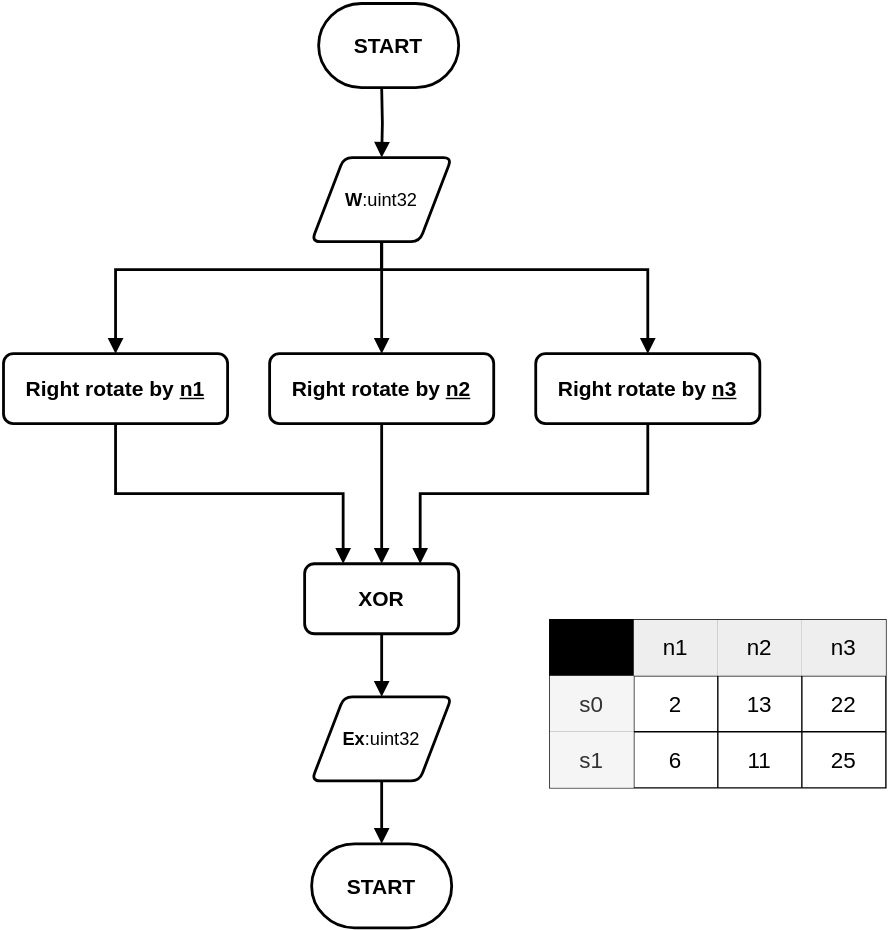
The draw.io diagram Doc/img/E0_and_E1.svg in sima997/BitcoinMiner, before a commit. Source tidied: cells renumbered, new cells last; positions are measured from the earlier drawing's top-left corner, leaving out a move shared by most shapes. The source it was exported from:
```xml
<mxGraphModel>
  <root>
    <mxCell id="0" />
    <mxCell id="1" parent="0" />
    <mxCell id="2" style="edgeStyle=orthogonalEdgeStyle;rounded=0;jettySize=auto;html=1;strokeWidth=2;endArrow=block;endFill=1;" parent="1" edge="1" target="6">
      <mxGeometry relative="1" as="geometry">
        <mxPoint x="270" y="60" as="sourcePoint" />
      </mxGeometry>
    </mxCell>
    <mxCell id="3" style="edgeStyle=orthogonalEdgeStyle;rounded=0;jettySize=auto;html=1;endArrow=block;endFill=1;strokeWidth=2;" parent="1" edge="1" source="6" target="10">
      <mxGeometry relative="1" as="geometry" />
    </mxCell>
    <mxCell id="4" style="edgeStyle=orthogonalEdgeStyle;rounded=0;jettySize=auto;html=1;endArrow=block;endFill=1;strokeWidth=2;" parent="1" edge="1" source="6" target="8">
      <mxGeometry relative="1" as="geometry">
        <Array as="points">
          <mxPoint x="270" y="190" />
          <mxPoint x="80" y="190" />
        </Array>
      </mxGeometry>
    </mxCell>
    <mxCell id="5" style="edgeStyle=orthogonalEdgeStyle;rounded=0;jettySize=auto;html=1;strokeWidth=2;endArrow=block;endFill=1;" parent="1" edge="1" source="6" target="12">
      <mxGeometry relative="1" as="geometry">
        <Array as="points">
          <mxPoint x="270" y="190" />
          <mxPoint x="460" y="190" />
        </Array>
      </mxGeometry>
    </mxCell>
    <mxCell id="6" value="&lt;font size=&quot;1&quot;&gt;&lt;b style=&quot;font-size: 13px;&quot;&gt;W&lt;/b&gt;&lt;span style=&quot;font-size: 13px;&quot;&gt;:uint32&lt;/span&gt;&lt;/font&gt;" style="shape=parallelogram;html=1;strokeWidth=2;perimeter=parallelogramPerimeter;whiteSpace=wrap;rounded=1;arcSize=12;size=0.23;" parent="1" vertex="1">
      <mxGeometry x="220" y="110" width="100" height="60" as="geometry" />
    </mxCell>
    <mxCell id="7" style="edgeStyle=orthogonalEdgeStyle;rounded=0;jettySize=auto;html=1;entryX=0.25;entryY=0;entryDx=0;entryDy=0;strokeWidth=2;endArrow=block;endFill=1;" parent="1" edge="1" source="8" target="14">
      <mxGeometry relative="1" as="geometry">
        <Array as="points">
          <mxPoint x="80" y="350" />
          <mxPoint x="243" y="350" />
        </Array>
      </mxGeometry>
    </mxCell>
    <mxCell id="8" value="&lt;font style=&quot;font-size: 15px;&quot;&gt;&lt;b&gt;Right rotate by &lt;u&gt;n1&lt;/u&gt;&lt;/b&gt;&lt;/font&gt;" style="rounded=1;whiteSpace=wrap;html=1;absoluteArcSize=1;arcSize=14;strokeWidth=2;" parent="1" vertex="1">
      <mxGeometry y="250" width="160" height="50" as="geometry" />
    </mxCell>
    <mxCell id="9" style="edgeStyle=orthogonalEdgeStyle;rounded=0;jettySize=auto;html=1;strokeWidth=2;endArrow=block;endFill=1;" parent="1" edge="1" source="10" target="14">
      <mxGeometry relative="1" as="geometry" />
    </mxCell>
    <mxCell id="10" value="&lt;font style=&quot;font-size: 15px;&quot;&gt;&lt;b&gt;Right rotate by &lt;u&gt;n2&lt;/u&gt;&lt;/b&gt;&lt;/font&gt;&lt;span style=&quot;color: rgba(0, 0, 0, 0); font-family: monospace; font-size: 0px; text-align: start; text-wrap: nowrap;&quot;&gt;%3CmxGraphModel%3E%3Croot%3E%3CmxCell%20id%3D%220%22%2F%3E%3CmxCell%20id%3D%221%22%20parent%3D%220%22%2F%3E%3CmxCell%20id%3D%222%22%20value%3D%22%26lt%3Bfont%20style%3D%26quot%3Bfont-size%3A%2015px%3B%26quot%3B%26gt%3B%26lt%3Bb%26gt%3BRight%20rotate%20by%207%26lt%3B%2Fb%26gt%3B%26lt%3B%2Ffont%26gt%3B%22%20style%3D%22rounded%3D1%3BwhiteSpace%3Dwrap%3Bhtml%3D1%3BabsoluteArcSize%3D1%3BarcSize%3D14%3BstrokeWidth%3D2%3B%22%20vertex%3D%221%22%20parent%3D%221%22%3E%3CmxGeometry%20x%3D%22100%22%20y%3D%22340%22%20width%3D%22160%22%20height%3D%2250%22%20as%3D%22geometry%22%2F%3E%3C%2FmxCell%3E%3C%2Froot%3E%3C%2FmxGraphModel%3E&lt;/span&gt;" style="rounded=1;whiteSpace=wrap;html=1;absoluteArcSize=1;arcSize=14;strokeWidth=2;" parent="1" vertex="1">
      <mxGeometry x="190" y="250" width="160" height="50" as="geometry" />
    </mxCell>
    <mxCell id="11" style="edgeStyle=orthogonalEdgeStyle;rounded=0;jettySize=auto;html=1;entryX=0.75;entryY=0;entryDx=0;entryDy=0;strokeWidth=2;endArrow=block;endFill=1;" parent="1" edge="1" source="12" target="14">
      <mxGeometry relative="1" as="geometry">
        <Array as="points">
          <mxPoint x="460" y="350" />
          <mxPoint x="298" y="350" />
        </Array>
      </mxGeometry>
    </mxCell>
    <mxCell id="12" value="&lt;font style=&quot;font-size: 15px;&quot;&gt;&lt;b&gt;Right rotate by &lt;u&gt;n3&lt;/u&gt;&lt;/b&gt;&lt;/font&gt;&lt;span style=&quot;color: rgba(0, 0, 0, 0); font-family: monospace; font-size: 0px; text-align: start; text-wrap: nowrap;&quot;&gt;%3CmxGraphModel%3E%3Croot%3E%3CmxCell%20id%3D%220%22%2F%3E%3CmxCell%20id%3D%221%22%20parent%3D%220%22%2F%3E%3CmxCell%20id%3D%222%22%20value%3D%22%26lt%3Bfont%20style%3D%26quot%3Bfont-size%3A%2015px%3B%26quot%3B%26gt%3B%26lt%3Bb%26gt%3BRight%20rotate%20by%207%26lt%3B%2Fb%26gt%3B%26lt%3B%2Ffont%26gt%3B%22%20style%3D%22rounded%3D1%3BwhiteSpace%3Dwrap%3Bhtml%3D1%3BabsoluteArcSize%3D1%3BarcSize%3D14%3BstrokeWidth%3D2%3B%22%20vertex%3D%221%22%20parent%3D%221%22%3E%3CmxGeometry%20x%3D%22100%22%20y%3D%22340%22%20width%3D%22160%22%20height%3D%2250%22%20as%3D%22geometry%22%2F%3E%3C%2FmxCell%3E%3C%2Froot%3E%3C%2FmxGraphModel%3E&lt;/span&gt;" style="rounded=1;whiteSpace=wrap;html=1;absoluteArcSize=1;arcSize=14;strokeWidth=2;" parent="1" vertex="1">
      <mxGeometry x="380" y="250" width="160" height="50" as="geometry" />
    </mxCell>
    <mxCell id="13" style="edgeStyle=orthogonalEdgeStyle;rounded=0;jettySize=auto;html=1;strokeWidth=2;endArrow=block;endFill=1;" parent="1" edge="1" source="14" target="16">
      <mxGeometry relative="1" as="geometry" />
    </mxCell>
    <mxCell id="14" value="&lt;span style=&quot;font-size: 15px;&quot;&gt;&lt;b&gt;XOR&lt;/b&gt;&lt;/span&gt;" style="rounded=1;whiteSpace=wrap;html=1;absoluteArcSize=1;arcSize=14;strokeWidth=2;" parent="1" vertex="1">
      <mxGeometry x="215" y="400" width="110" height="50" as="geometry" />
    </mxCell>
    <mxCell id="15" style="edgeStyle=orthogonalEdgeStyle;rounded=0;jettySize=auto;html=1;strokeWidth=2;endArrow=block;endFill=1;" parent="1" edge="1" source="16" target="18">
      <mxGeometry relative="1" as="geometry" />
    </mxCell>
    <mxCell id="16" value="&lt;font size=&quot;1&quot;&gt;&lt;span style=&quot;font-size: 13px;&quot;&gt;&lt;b&gt;Ex&lt;/b&gt;:uint32&lt;/span&gt;&lt;/font&gt;" style="shape=parallelogram;html=1;strokeWidth=2;perimeter=parallelogramPerimeter;whiteSpace=wrap;rounded=1;arcSize=12;size=0.23;" parent="1" vertex="1">
      <mxGeometry x="220" y="495" width="100" height="60" as="geometry" />
    </mxCell>
    <mxCell id="17" value="&lt;font style=&quot;font-size: 15px;&quot;&gt;&lt;b&gt;START&lt;/b&gt;&lt;/font&gt;" style="strokeWidth=2;html=1;shape=mxgraph.flowchart.terminator;whiteSpace=wrap;" parent="1" vertex="1">
      <mxGeometry x="225" width="100" height="60" as="geometry" />
    </mxCell>
    <mxCell id="18" value="&lt;font style=&quot;font-size: 15px;&quot;&gt;&lt;b&gt;START&lt;/b&gt;&lt;/font&gt;" style="strokeWidth=2;html=1;shape=mxgraph.flowchart.terminator;whiteSpace=wrap;" parent="1" vertex="1">
      <mxGeometry x="220" y="600" width="100" height="60" as="geometry" />
    </mxCell>
    <mxCell id="19" style="shape=partialRectangle;html=1;whiteSpace=wrap;strokeColor=inherit;overflow=hidden;fillColor=none;top=0;left=0;bottom=0;right=0;fontSize=16;" parent="1" vertex="1">
      <mxGeometry x="400" y="555" width="60" height="40" as="geometry" />
    </mxCell>
    <mxCell id="20" style="shape=partialRectangle;html=1;whiteSpace=wrap;strokeColor=inherit;overflow=hidden;fillColor=none;top=0;left=0;bottom=0;right=0;fontSize=16;" parent="1" vertex="1">
      <mxGeometry x="460" y="555" width="60" height="40" as="geometry" />
    </mxCell>
    <mxCell id="21" style="shape=partialRectangle;html=1;whiteSpace=wrap;strokeColor=inherit;overflow=hidden;fillColor=none;top=0;left=0;bottom=0;right=0;fontSize=16;" parent="1" vertex="1">
      <mxGeometry x="520" y="555" width="60" height="40" as="geometry" />
    </mxCell>
    <mxCell id="22" style="shape=table;startSize=0;fontSize=16;" parent="1" vertex="1">
      <mxGeometry x="390" y="440" width="240" height="120" as="geometry" />
    </mxCell>
    <mxCell id="23" style="shape=tableRow;horizontal=0;startSize=0;swimlaneHead=0;swimlaneBody=0;strokeColor=inherit;top=0;left=0;bottom=0;right=0;fillColor=none;fontSize=16;" parent="22" vertex="1">
      <mxGeometry width="240" height="40" as="geometry" />
    </mxCell>
    <mxCell id="24" style="shape=partialRectangle;html=1;whiteSpace=wrap;strokeColor=inherit;overflow=hidden;fillColor=#000000;top=0;left=0;bottom=0;right=0;fontSize=16;" parent="23" vertex="1">
      <mxGeometry width="60" height="40" as="geometry" />
    </mxCell>
    <mxCell id="25" value="n1" style="shape=partialRectangle;html=1;whiteSpace=wrap;strokeColor=#36393d;overflow=hidden;fillColor=#eeeeee;top=0;left=0;bottom=0;right=0;fontSize=16;" parent="23" vertex="1">
      <mxGeometry x="60" width="60" height="40" as="geometry" />
    </mxCell>
    <mxCell id="26" value="n2" style="shape=partialRectangle;html=1;whiteSpace=wrap;strokeColor=#36393d;overflow=hidden;fillColor=#eeeeee;top=0;left=0;bottom=0;right=0;fontSize=16;" parent="23" vertex="1">
      <mxGeometry x="120" width="60" height="40" as="geometry" />
    </mxCell>
    <mxCell id="27" value="n3" style="shape=partialRectangle;html=1;whiteSpace=wrap;strokeColor=#36393d;overflow=hidden;fillColor=#eeeeee;top=0;left=0;bottom=0;right=0;fontSize=16;" parent="23" vertex="1">
      <mxGeometry x="180" width="60" height="40" as="geometry" />
    </mxCell>
    <mxCell id="28" style="shape=tableRow;horizontal=0;startSize=0;swimlaneHead=0;swimlaneBody=0;strokeColor=inherit;top=0;left=0;bottom=0;right=0;fillColor=none;fontSize=16;" parent="22" vertex="1">
      <mxGeometry y="40" width="240" height="40" as="geometry" />
    </mxCell>
    <mxCell id="29" value="s0" style="shape=partialRectangle;html=1;whiteSpace=wrap;strokeColor=#666666;overflow=hidden;fillColor=#f5f5f5;top=0;left=0;bottom=0;right=0;fontSize=16;fontColor=#333333;" parent="28" vertex="1">
      <mxGeometry width="60" height="40" as="geometry" />
    </mxCell>
    <mxCell id="30" value="2" style="shape=partialRectangle;html=1;whiteSpace=wrap;strokeColor=inherit;overflow=hidden;fillColor=none;top=0;left=0;bottom=0;right=0;fontSize=16;" parent="28" vertex="1">
      <mxGeometry x="60" width="60" height="40" as="geometry" />
    </mxCell>
    <mxCell id="31" value="13" style="shape=partialRectangle;html=1;whiteSpace=wrap;strokeColor=inherit;overflow=hidden;fillColor=none;top=0;left=0;bottom=0;right=0;fontSize=16;" parent="28" vertex="1">
      <mxGeometry x="120" width="60" height="40" as="geometry" />
    </mxCell>
    <mxCell id="32" value="22" style="shape=partialRectangle;html=1;whiteSpace=wrap;strokeColor=inherit;overflow=hidden;fillColor=none;top=0;left=0;bottom=0;right=0;fontSize=16;" parent="28" vertex="1">
      <mxGeometry x="180" width="60" height="40" as="geometry" />
    </mxCell>
    <mxCell id="33" style="shape=tableRow;horizontal=0;startSize=0;swimlaneHead=0;swimlaneBody=0;strokeColor=inherit;top=0;left=0;bottom=0;right=0;fillColor=none;fontSize=16;" parent="22" vertex="1">
      <mxGeometry y="80" width="240" height="40" as="geometry" />
    </mxCell>
    <mxCell id="34" value="s1" style="shape=partialRectangle;html=1;whiteSpace=wrap;strokeColor=#666666;overflow=hidden;fillColor=#f5f5f5;top=0;left=0;bottom=0;right=0;fontSize=16;fontColor=#333333;" parent="33" vertex="1">
      <mxGeometry width="60" height="40" as="geometry" />
    </mxCell>
    <mxCell id="35" value="6" style="shape=partialRectangle;html=1;whiteSpace=wrap;strokeColor=inherit;overflow=hidden;fillColor=none;top=0;left=0;bottom=0;right=0;fontSize=16;" parent="33" vertex="1">
      <mxGeometry x="60" width="60" height="40" as="geometry" />
    </mxCell>
    <mxCell id="36" value="11" style="shape=partialRectangle;html=1;whiteSpace=wrap;strokeColor=inherit;overflow=hidden;fillColor=none;top=0;left=0;bottom=0;right=0;fontSize=16;" parent="33" vertex="1">
      <mxGeometry x="120" width="60" height="40" as="geometry" />
    </mxCell>
    <mxCell id="37" value="25" style="shape=partialRectangle;html=1;whiteSpace=wrap;strokeColor=inherit;overflow=hidden;fillColor=none;top=0;left=0;bottom=0;right=0;fontSize=16;" parent="33" vertex="1">
      <mxGeometry x="180" width="60" height="40" as="geometry" />
    </mxCell>
  </root>
</mxGraphModel>
```
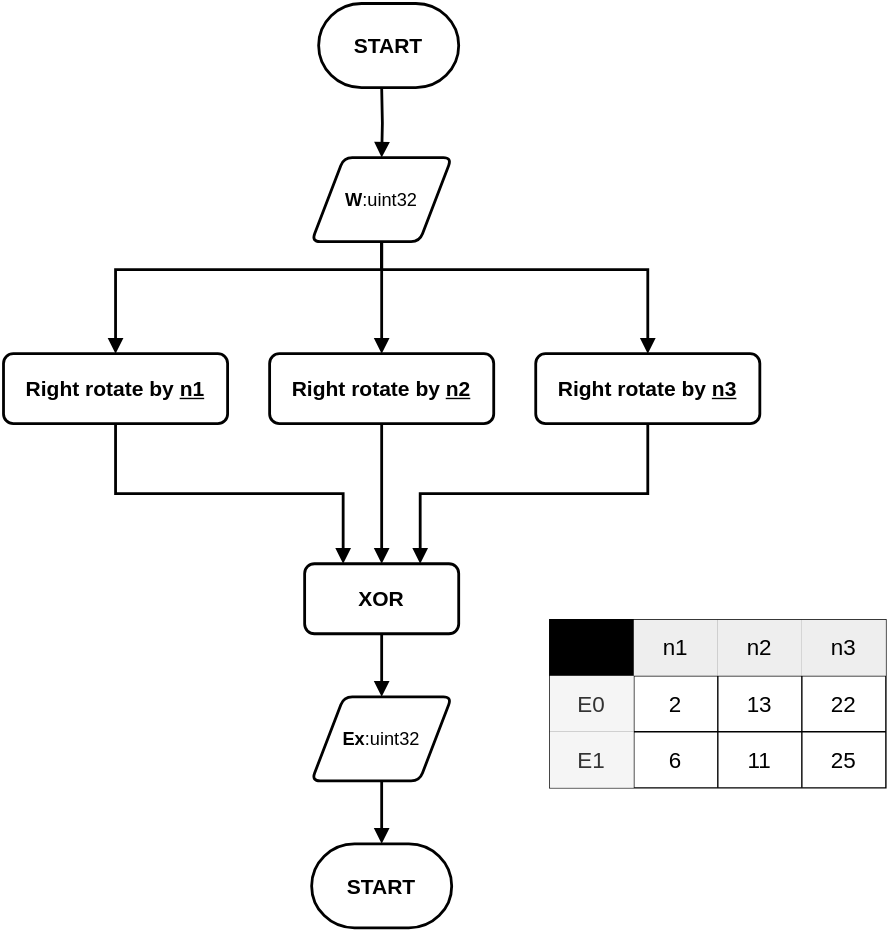
After the change.

Commit message:
Edit E0,E1 function diagrams

Diff of the diagram source:
```diff
@@ -105,7 +105,7 @@
     <mxCell id="28" style="shape=tableRow;horizontal=0;startSize=0;swimlaneHead=0;swimlaneBody=0;strokeColor=inherit;top=0;left=0;bottom=0;right=0;fillColor=none;fontSize=16;" parent="22" vertex="1">
       <mxGeometry y="40" width="240" height="40" as="geometry" />
     </mxCell>
-    <mxCell id="29" value="s0" style="shape=partialRectangle;html=1;whiteSpace=wrap;strokeColor=#666666;overflow=hidden;fillColor=#f5f5f5;top=0;left=0;bottom=0;right=0;fontSize=16;fontColor=#333333;" parent="28" vertex="1">
+    <mxCell id="29" value="E0" style="shape=partialRectangle;html=1;whiteSpace=wrap;strokeColor=#666666;overflow=hidden;fillColor=#f5f5f5;top=0;left=0;bottom=0;right=0;fontSize=16;fontColor=#333333;" parent="28" vertex="1">
       <mxGeometry width="60" height="40" as="geometry" />
     </mxCell>
     <mxCell id="30" value="2" style="shape=partialRectangle;html=1;whiteSpace=wrap;strokeColor=inherit;overflow=hidden;fillColor=none;top=0;left=0;bottom=0;right=0;fontSize=16;" parent="28" vertex="1">
@@ -120,7 +120,7 @@
     <mxCell id="33" style="shape=tableRow;horizontal=0;startSize=0;swimlaneHead=0;swimlaneBody=0;strokeColor=inherit;top=0;left=0;bottom=0;right=0;fillColor=none;fontSize=16;" parent="22" vertex="1">
       <mxGeometry y="80" width="240" height="40" as="geometry" />
     </mxCell>
-    <mxCell id="34" value="s1" style="shape=partialRectangle;html=1;whiteSpace=wrap;strokeColor=#666666;overflow=hidden;fillColor=#f5f5f5;top=0;left=0;bottom=0;right=0;fontSize=16;fontColor=#333333;" parent="33" vertex="1">
+    <mxCell id="34" value="E1" style="shape=partialRectangle;html=1;whiteSpace=wrap;strokeColor=#666666;overflow=hidden;fillColor=#f5f5f5;top=0;left=0;bottom=0;right=0;fontSize=16;fontColor=#333333;" parent="33" vertex="1">
       <mxGeometry width="60" height="40" as="geometry" />
     </mxCell>
     <mxCell id="35" value="6" style="shape=partialRectangle;html=1;whiteSpace=wrap;strokeColor=inherit;overflow=hidden;fillColor=none;top=0;left=0;bottom=0;right=0;fontSize=16;" parent="33" vertex="1">
```
